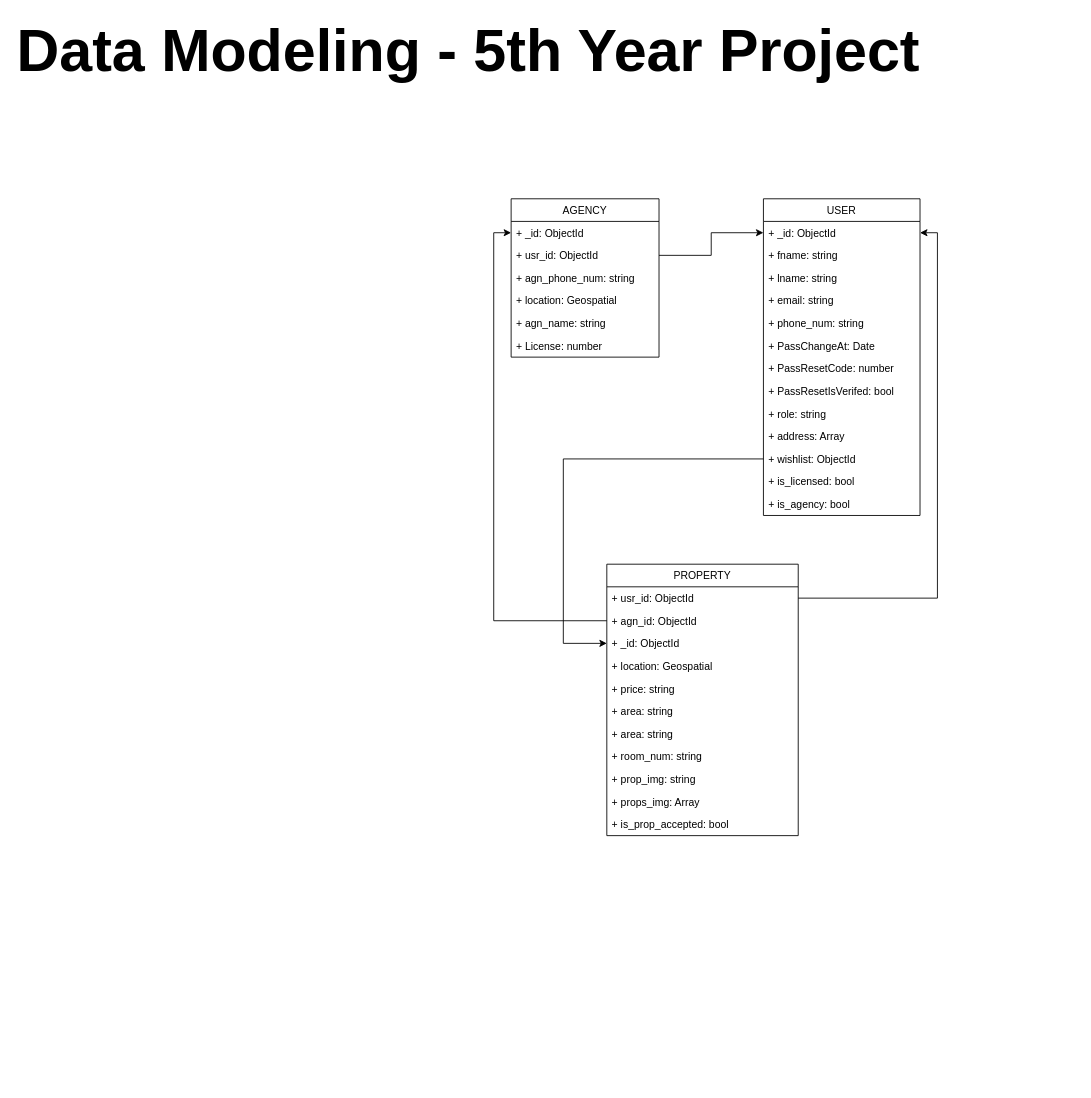
Above: diagrams/Database-5Y-project.drawio in Tony25web/Fifth-Year-project (draw.io), before the change. Source tidied: cells renumbered, new cells numbered last; positions are measured from the earlier drawing's top-left corner, leaving out a move shared by most shapes. Both pictures are drawn from the tidied source at 87%, with x=0, y=0 at pixel (15, 42).
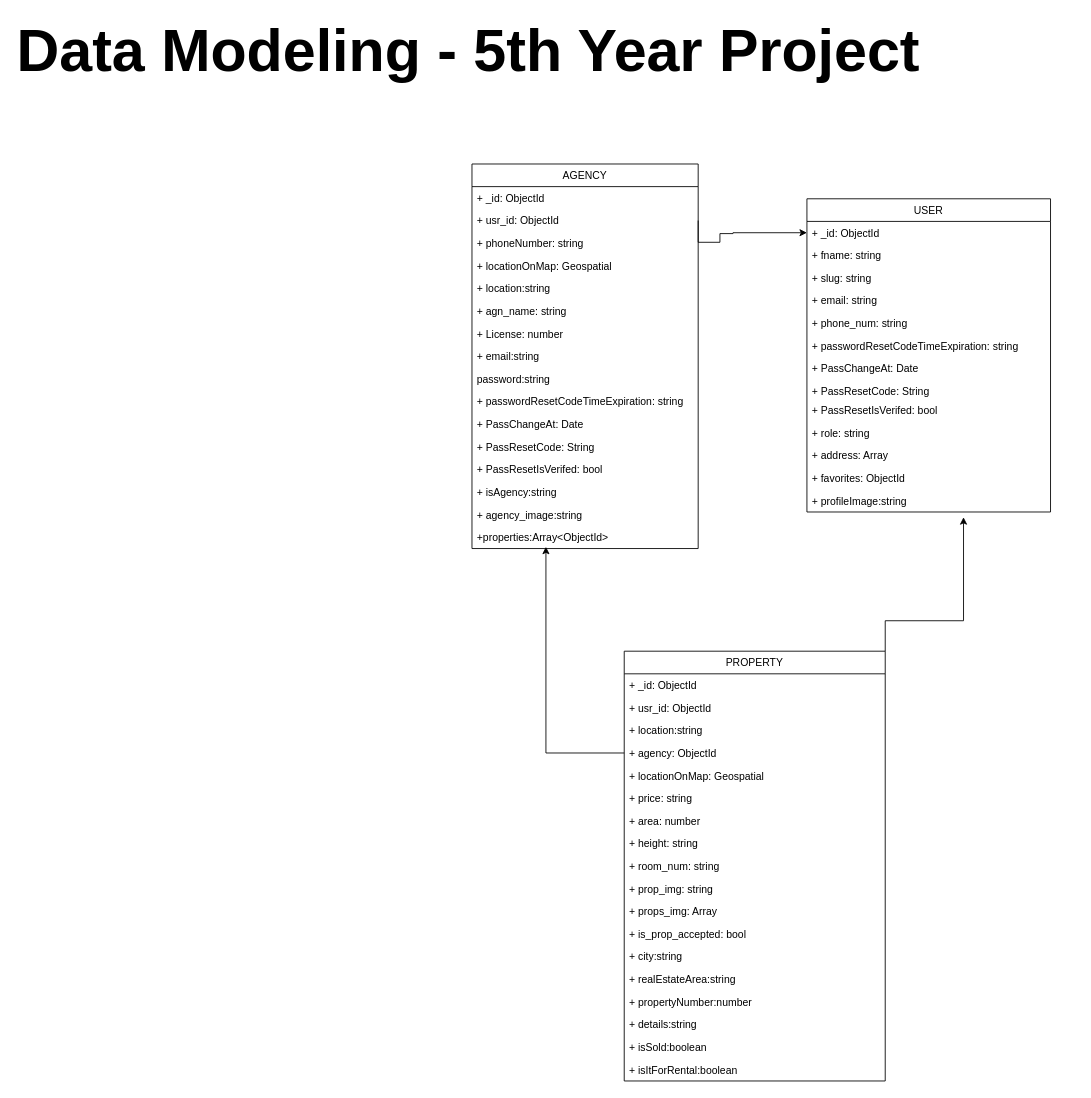
The same diagram, later.

Diff of the diagram source:
```diff
@@
     <mxCell id="2" value="USER" style="swimlane;fontStyle=0;horizontal=1;startSize=26;fillColor=none;" parent="1" vertex="1">
-      <mxGeometry x="860" y="180" width="180" height="364" as="geometry" />
+      <mxGeometry x="910" y="180" width="280" height="360" as="geometry" />
     </mxCell>
     <mxCell id="3" value="+ _id: ObjectId" style="text;strokeColor=none;fillColor=none;align=left;verticalAlign=top;spacingLeft=4;spacingRight=4;overflow=hidden;points=[[0,0.5],[1,0.5]];portConstraint=eastwest;" parent="2" vertex="1">
-      <mxGeometry y="26" width="180" height="26" as="geometry" />
+      <mxGeometry y="26" width="280" height="26" as="geometry" />
     </mxCell>
     <mxCell id="4" value="+ fname: string" style="text;strokeColor=none;fillColor=none;align=left;verticalAlign=top;spacingLeft=4;spacingRight=4;overflow=hidden;" parent="2" vertex="1">
-      <mxGeometry y="52" width="180" height="26" as="geometry" />
+      <mxGeometry y="52" width="280" height="26" as="geometry" />
     </mxCell>
-    <mxCell id="5" value="+ lname: string" style="text;strokeColor=none;fillColor=none;align=left;verticalAlign=top;spacingLeft=4;spacingRight=4;overflow=hidden;" parent="2" vertex="1">
-      <mxGeometry y="78" width="180" height="26" as="geometry" />
-    </mxCell>
+    <mxCell id="14" value="+ slug: string" style="text;strokeColor=none;fillColor=none;align=left;verticalAlign=top;spacingLeft=4;spacingRight=4;overflow=hidden;" parent="2" vertex="1">
+      <mxGeometry y="78" width="280" height="26" as="geometry" />
+    </mxCell>
     <mxCell id="6" value="+ email: string" style="text;strokeColor=none;fillColor=none;align=left;verticalAlign=top;spacingLeft=4;spacingRight=4;overflow=hidden;" parent="2" vertex="1">
-      <mxGeometry y="104" width="180" height="26" as="geometry" />
+      <mxGeometry y="104" width="280" height="26" as="geometry" />
     </mxCell>
     <mxCell id="7" value="+ phone_num: string" style="text;strokeColor=none;fillColor=none;align=left;verticalAlign=top;spacingLeft=4;spacingRight=4;overflow=hidden;" parent="2" vertex="1">
-      <mxGeometry y="130" width="180" height="26" as="geometry" />
+      <mxGeometry y="130" width="280" height="26" as="geometry" />
     </mxCell>
+    <mxCell id="5" value="+ passwordResetCodeTimeExpiration: string" style="text;strokeColor=none;fillColor=none;align=left;verticalAlign=top;spacingLeft=4;spacingRight=4;overflow=hidden;" parent="2" vertex="1">
+      <mxGeometry y="156" width="280" height="26" as="geometry" />
+    </mxCell>
     <mxCell id="8" value="+ PassChangeAt: Date" style="text;strokeColor=none;fillColor=none;align=left;verticalAlign=top;spacingLeft=4;spacingRight=4;overflow=hidden;" parent="2" vertex="1">
-      <mxGeometry y="156" width="180" height="26" as="geometry" />
+      <mxGeometry y="182" width="280" height="26" as="geometry" />
     </mxCell>
-    <mxCell id="9" value="+ PassResetCode: number" style="text;strokeColor=none;fillColor=none;align=left;verticalAlign=top;spacingLeft=4;spacingRight=4;overflow=hidden;" parent="2" vertex="1">
-      <mxGeometry y="182" width="180" height="26" as="geometry" />
+    <mxCell id="9" value="+ PassResetCode: String" style="text;strokeColor=none;fillColor=none;align=left;verticalAlign=top;spacingLeft=4;spacingRight=4;overflow=hidden;" parent="2" vertex="1">
+      <mxGeometry y="208" width="280" height="22" as="geometry" />
     </mxCell>
     <mxCell id="10" value="+ PassResetIsVerifed: bool" style="text;strokeColor=none;fillColor=none;align=left;verticalAlign=top;spacingLeft=4;spacingRight=4;overflow=hidden;" parent="2" vertex="1">
-      <mxGeometry y="208" width="180" height="26" as="geometry" />
+      <mxGeometry y="230" width="280" height="26" as="geometry" />
     </mxCell>
     <mxCell id="11" value="+ role: string" style="text;strokeColor=none;fillColor=none;align=left;verticalAlign=top;spacingLeft=4;spacingRight=4;overflow=hidden;" parent="2" vertex="1">
-      <mxGeometry y="234" width="180" height="26" as="geometry" />
+      <mxGeometry y="256" width="280" height="26" as="geometry" />
     </mxCell>
     <mxCell id="12" value="+ address: Array" style="text;strokeColor=none;fillColor=none;align=left;verticalAlign=top;spacingLeft=4;spacingRight=4;overflow=hidden;" parent="2" vertex="1">
-      <mxGeometry y="260" width="180" height="26" as="geometry" />
+      <mxGeometry y="282" width="280" height="26" as="geometry" />
     </mxCell>
-    <mxCell id="13" value="+ wishlist: ObjectId" style="text;strokeColor=none;fillColor=none;align=left;verticalAlign=top;spacingLeft=4;spacingRight=4;overflow=hidden;points=[[0,0.5],[1,0.5]];portConstraint=eastwest;" parent="2" vertex="1">
-      <mxGeometry y="286" width="180" height="26" as="geometry" />
+    <mxCell id="13" value="+ favorites: ObjectId" style="text;strokeColor=none;fillColor=none;align=left;verticalAlign=top;spacingLeft=4;spacingRight=4;overflow=hidden;points=[[0,0.5],[1,0.5]];portConstraint=eastwest;" parent="2" vertex="1">
+      <mxGeometry y="308" width="280" height="26" as="geometry" />
     </mxCell>
-    <mxCell id="14" value="+ is_licensed: bool" style="text;strokeColor=none;fillColor=none;align=left;verticalAlign=top;spacingLeft=4;spacingRight=4;overflow=hidden;" parent="2" vertex="1">
-      <mxGeometry y="312" width="180" height="26" as="geometry" />
-    </mxCell>
-    <mxCell id="15" value="+ is_agency: bool" style="text;strokeColor=none;fillColor=none;align=left;verticalAlign=top;spacingLeft=4;spacingRight=4;overflow=hidden;" parent="2" vertex="1">
-      <mxGeometry y="338" width="180" height="26" as="geometry" />
+    <mxCell id="15" value="+ profileImage:string" style="text;strokeColor=none;fillColor=none;align=left;verticalAlign=top;spacingLeft=4;spacingRight=4;overflow=hidden;" parent="2" vertex="1">
+      <mxGeometry y="334" width="280" height="26" as="geometry" />
     </mxCell>
     <mxCell id="16" value="AGENCY" style="swimlane;fontStyle=0;horizontal=1;startSize=26;fillColor=none;" parent="1" vertex="1">
-      <mxGeometry x="570" y="180" width="170" height="182" as="geometry" />
+      <mxGeometry x="525" y="140" width="260" height="442" as="geometry" />
     </mxCell>
     <mxCell id="17" value="+ _id: ObjectId" style="text;strokeColor=none;fillColor=none;align=left;verticalAlign=top;spacingLeft=4;spacingRight=4;overflow=hidden;points=[[0,0.5],[1,0.5]];portConstraint=eastwest;" parent="16" vertex="1">
-      <mxGeometry y="26" width="170" height="26" as="geometry" />
+      <mxGeometry y="26" width="260" height="26" as="geometry" />
     </mxCell>
     <mxCell id="18" value="+ usr_id: ObjectId" style="text;strokeColor=none;fillColor=none;align=left;verticalAlign=top;spacingLeft=4;spacingRight=4;overflow=hidden;points=[[0,0.5],[1,0.5]];portConstraint=eastwest;" parent="16" vertex="1">
-      <mxGeometry y="52" width="170" height="26" as="geometry" />
+      <mxGeometry y="52" width="260" height="26" as="geometry" />
     </mxCell>
-    <mxCell id="19" value="+ agn_phone_num: string" style="text;strokeColor=none;fillColor=none;align=left;verticalAlign=top;spacingLeft=4;spacingRight=4;overflow=hidden;" parent="16" vertex="1">
-      <mxGeometry y="78" width="170" height="26" as="geometry" />
+    <mxCell id="19" value="+ phoneNumber: string" style="text;strokeColor=none;fillColor=none;align=left;verticalAlign=top;spacingLeft=4;spacingRight=4;overflow=hidden;" parent="16" vertex="1">
+      <mxGeometry y="78" width="260" height="26" as="geometry" />
     </mxCell>
-    <mxCell id="20" value="+ location: Geospatial" style="text;strokeColor=none;fillColor=none;align=left;verticalAlign=top;spacingLeft=4;spacingRight=4;overflow=hidden;" parent="16" vertex="1">
-      <mxGeometry y="104" width="170" height="26" as="geometry" />
+    <mxCell id="20" value="+ locationOnMap: Geospatial" style="text;strokeColor=none;fillColor=none;align=left;verticalAlign=top;spacingLeft=4;spacingRight=4;overflow=hidden;" parent="16" vertex="1">
+      <mxGeometry y="104" width="260" height="26" as="geometry" />
     </mxCell>
+    <mxCell id="40" value="+ location:string" style="text;strokeColor=none;fillColor=none;align=left;verticalAlign=top;spacingLeft=4;spacingRight=4;overflow=hidden;" parent="16" vertex="1">
+      <mxGeometry y="130" width="260" height="26" as="geometry" />
+    </mxCell>
     <mxCell id="21" value="+ agn_name: string" style="text;strokeColor=none;fillColor=none;align=left;verticalAlign=top;spacingLeft=4;spacingRight=4;overflow=hidden;" parent="16" vertex="1">
-      <mxGeometry y="130" width="170" height="26" as="geometry" />
+      <mxGeometry y="156" width="260" height="26" as="geometry" />
     </mxCell>
     <mxCell id="22" value="+ License: number" style="text;strokeColor=none;fillColor=none;align=left;verticalAlign=top;spacingLeft=4;spacingRight=4;overflow=hidden;" parent="16" vertex="1">
-      <mxGeometry y="156" width="170" height="26" as="geometry" />
+      <mxGeometry y="182" width="260" height="26" as="geometry" />
     </mxCell>
+    <mxCell id="41" value="+ email:string" style="text;strokeColor=none;fillColor=none;align=left;verticalAlign=top;spacingLeft=4;spacingRight=4;overflow=hidden;" parent="16" vertex="1">
+      <mxGeometry y="208" width="260" height="26" as="geometry" />
+    </mxCell>
+    <mxCell id="42" value="password:string" style="text;strokeColor=none;fillColor=none;align=left;verticalAlign=top;spacingLeft=4;spacingRight=4;overflow=hidden;" parent="16" vertex="1">
+      <mxGeometry y="234" width="260" height="26" as="geometry" />
+    </mxCell>
+    <mxCell id="43" value="+ passwordResetCodeTimeExpiration: string" style="text;strokeColor=none;fillColor=none;align=left;verticalAlign=top;spacingLeft=4;spacingRight=4;overflow=hidden;" parent="16" vertex="1">
+      <mxGeometry y="260" width="260" height="26" as="geometry" />
+    </mxCell>
+    <mxCell id="44" value="+ PassChangeAt: Date" style="text;strokeColor=none;fillColor=none;align=left;verticalAlign=top;spacingLeft=4;spacingRight=4;overflow=hidden;" parent="16" vertex="1">
+      <mxGeometry y="286" width="260" height="26" as="geometry" />
+    </mxCell>
+    <mxCell id="45" value="+ PassResetCode: String&#10;" style="text;strokeColor=none;fillColor=none;align=left;verticalAlign=top;spacingLeft=4;spacingRight=4;overflow=hidden;" parent="16" vertex="1">
+      <mxGeometry y="312" width="260" height="26" as="geometry" />
+    </mxCell>
+    <mxCell id="46" value="+ PassResetIsVerifed: bool" style="text;strokeColor=none;fillColor=none;align=left;verticalAlign=top;spacingLeft=4;spacingRight=4;overflow=hidden;" parent="16" vertex="1">
+      <mxGeometry y="338" width="260" height="26" as="geometry" />
+    </mxCell>
+    <mxCell id="47" value="+ isAgency:string" style="text;strokeColor=none;fillColor=none;align=left;verticalAlign=top;spacingLeft=4;spacingRight=4;overflow=hidden;" parent="16" vertex="1">
+      <mxGeometry y="364" width="260" height="26" as="geometry" />
+    </mxCell>
+    <mxCell id="48" value="+ agency_image:string" style="text;strokeColor=none;fillColor=none;align=left;verticalAlign=top;spacingLeft=4;spacingRight=4;overflow=hidden;" parent="16" vertex="1">
+      <mxGeometry y="390" width="260" height="26" as="geometry" />
+    </mxCell>
+    <mxCell id="49" value="+properties:Array&lt;ObjectId&gt;" style="text;strokeColor=none;fillColor=none;align=left;verticalAlign=top;spacingLeft=4;spacingRight=4;overflow=hidden;" parent="16" vertex="1">
+      <mxGeometry y="416" width="260" height="26" as="geometry" />
+    </mxCell>
     <mxCell id="23" value="PROPERTY" style="swimlane;fontStyle=0;horizontal=1;startSize=26;fillColor=none;" parent="1" vertex="1">
-      <mxGeometry x="680" y="600" width="220" height="312" as="geometry" />
+      <mxGeometry x="700" y="700" width="300" height="494" as="geometry" />
     </mxCell>
+    <mxCell id="26" value="+ _id: ObjectId" style="text;strokeColor=none;fillColor=none;align=left;verticalAlign=top;spacingLeft=4;spacingRight=4;overflow=hidden;points=[[0,0.5],[1,0.5]];portConstraint=eastwest;" parent="23" vertex="1">
+      <mxGeometry y="26" width="300" height="26" as="geometry" />
+    </mxCell>
     <mxCell id="24" value="+ usr_id: ObjectId" style="text;strokeColor=none;fillColor=none;align=left;verticalAlign=top;spacingLeft=4;spacingRight=4;overflow=hidden;points=[[0,0.5],[1,0.5]];portConstraint=eastwest;" parent="23" vertex="1">
-      <mxGeometry y="26" width="220" height="26" as="geometry" />
+      <mxGeometry y="52" width="300" height="26" as="geometry" />
     </mxCell>
+    <mxCell id="50" value="+ location:string" style="text;strokeColor=none;fillColor=none;align=left;verticalAlign=top;spacingLeft=4;spacingRight=4;overflow=hidden;" parent="23" vertex="1">
+      <mxGeometry y="78" width="300" height="26" as="geometry" />
+    </mxCell>
-    <mxCell id="25" value="+ agn_id: ObjectId" style="text;strokeColor=none;fillColor=none;align=left;verticalAlign=top;spacingLeft=4;spacingRight=4;overflow=hidden;points=[[0,0.5],[1,0.5]];portConstraint=eastwest;" parent="23" vertex="1">
-      <mxGeometry y="52" width="220" height="26" as="geometry" />
+    <mxCell id="25" value="+ agency: ObjectId" style="text;strokeColor=none;fillColor=none;align=left;verticalAlign=top;spacingLeft=4;spacingRight=4;overflow=hidden;points=[[0,0.5],[1,0.5]];portConstraint=eastwest;" parent="23" vertex="1">
+      <mxGeometry y="104" width="300" height="26" as="geometry" />
     </mxCell>
-    <mxCell id="26" value="+ _id: ObjectId" style="text;strokeColor=none;fillColor=none;align=left;verticalAlign=top;spacingLeft=4;spacingRight=4;overflow=hidden;points=[[0,0.5],[1,0.5]];portConstraint=eastwest;" parent="23" vertex="1">
-      <mxGeometry y="78" width="220" height="26" as="geometry" />
-    </mxCell>
-    <mxCell id="27" value="+ location: Geospatial" style="text;strokeColor=none;fillColor=none;align=left;verticalAlign=top;spacingLeft=4;spacingRight=4;overflow=hidden;" parent="23" vertex="1">
-      <mxGeometry y="104" width="220" height="26" as="geometry" />
+    <mxCell id="27" value="+ locationOnMap: Geospatial" style="text;strokeColor=none;fillColor=none;align=left;verticalAlign=top;spacingLeft=4;spacingRight=4;overflow=hidden;" parent="23" vertex="1">
+      <mxGeometry y="130" width="300" height="26" as="geometry" />
     </mxCell>
     <mxCell id="28" value="+ price: string" style="text;strokeColor=none;fillColor=none;align=left;verticalAlign=top;spacingLeft=4;spacingRight=4;overflow=hidden;" parent="23" vertex="1">
-      <mxGeometry y="130" width="220" height="26" as="geometry" />
+      <mxGeometry y="156" width="300" height="26" as="geometry" />
     </mxCell>
-    <mxCell id="29" value="+ area: string" style="text;strokeColor=none;fillColor=none;align=left;verticalAlign=top;spacingLeft=4;spacingRight=4;overflow=hidden;" parent="23" vertex="1">
-      <mxGeometry y="156" width="220" height="26" as="geometry" />
+    <mxCell id="29" value="+ area: number" style="text;strokeColor=none;fillColor=none;align=left;verticalAlign=top;spacingLeft=4;spacingRight=4;overflow=hidden;" parent="23" vertex="1">
+      <mxGeometry y="182" width="300" height="26" as="geometry" />
     </mxCell>
-    <mxCell id="30" value="+ area: string" style="text;strokeColor=none;fillColor=none;align=left;verticalAlign=top;spacingLeft=4;spacingRight=4;overflow=hidden;" parent="23" vertex="1">
-      <mxGeometry y="182" width="220" height="26" as="geometry" />
+    <mxCell id="30" value="+ height: string" style="text;strokeColor=none;fillColor=none;align=left;verticalAlign=top;spacingLeft=4;spacingRight=4;overflow=hidden;" parent="23" vertex="1">
+      <mxGeometry y="208" width="300" height="26" as="geometry" />
     </mxCell>
     <mxCell id="31" value="+ room_num: string" style="text;strokeColor=none;fillColor=none;align=left;verticalAlign=top;spacingLeft=4;spacingRight=4;overflow=hidden;" parent="23" vertex="1">
-      <mxGeometry y="208" width="220" height="26" as="geometry" />
+      <mxGeometry y="234" width="300" height="26" as="geometry" />
     </mxCell>
     <mxCell id="32" value="+ prop_img: string" style="text;strokeColor=none;fillColor=none;align=left;verticalAlign=top;spacingLeft=4;spacingRight=4;overflow=hidden;" parent="23" vertex="1">
-      <mxGeometry y="234" width="220" height="26" as="geometry" />
+      <mxGeometry y="260" width="300" height="26" as="geometry" />
     </mxCell>
     <mxCell id="33" value="+ props_img: Array" style="text;strokeColor=none;fillColor=none;align=left;verticalAlign=top;spacingLeft=4;spacingRight=4;overflow=hidden;" parent="23" vertex="1">
-      <mxGeometry y="260" width="220" height="26" as="geometry" />
+      <mxGeometry y="286" width="300" height="26" as="geometry" />
     </mxCell>
-    <mxCell id="34" value="+ is_prop_accepted: bool" style="text;strokeColor=none;fillColor=none;align=left;verticalAlign=top;spacingLeft=4;spacingRight=4;overflow=hidden;" parent="23" vertex="1">
-      <mxGeometry y="286" width="220" height="26" as="geometry" />
+    <mxCell id="34" value="+ is_prop_accepted: bool" style="text;strokeColor=none;fillColor=none;align=left;verticalAlign=top;spacingLeft=4;spacingRight=4;overflow=hidden;shadow=0;" parent="23" vertex="1">
+      <mxGeometry y="312" width="300" height="26" as="geometry" />
     </mxCell>
+    <mxCell id="51" value="+ city:string" style="text;strokeColor=none;fillColor=none;align=left;verticalAlign=top;spacingLeft=4;spacingRight=4;overflow=hidden;shadow=0;" parent="23" vertex="1">
+      <mxGeometry y="338" width="300" height="26" as="geometry" />
+    </mxCell>
+    <mxCell id="52" value="+ realEstateArea:string" style="text;strokeColor=none;fillColor=none;align=left;verticalAlign=top;spacingLeft=4;spacingRight=4;overflow=hidden;shadow=0;" parent="23" vertex="1">
+      <mxGeometry y="364" width="300" height="26" as="geometry" />
+    </mxCell>
+    <mxCell id="53" value="+ propertyNumber:number" style="text;strokeColor=none;fillColor=none;align=left;verticalAlign=top;spacingLeft=4;spacingRight=4;overflow=hidden;shadow=0;" parent="23" vertex="1">
+      <mxGeometry y="390" width="300" height="26" as="geometry" />
+    </mxCell>
+    <mxCell id="54" value="+ details:string" style="text;strokeColor=none;fillColor=none;align=left;verticalAlign=top;spacingLeft=4;spacingRight=4;overflow=hidden;shadow=0;" parent="23" vertex="1">
+      <mxGeometry y="416" width="300" height="26" as="geometry" />
+    </mxCell>
+    <mxCell id="55" value="+ isSold:boolean" style="text;strokeColor=none;fillColor=none;align=left;verticalAlign=top;spacingLeft=4;spacingRight=4;overflow=hidden;shadow=0;" parent="23" vertex="1">
+      <mxGeometry y="442" width="300" height="26" as="geometry" />
+    </mxCell>
+    <mxCell id="56" value="+ isItForRental:boolean" style="text;strokeColor=none;fillColor=none;align=left;verticalAlign=top;spacingLeft=4;spacingRight=4;overflow=hidden;shadow=0;" parent="23" vertex="1">
+      <mxGeometry y="468" width="300" height="26" as="geometry" />
+    </mxCell>
-    <mxCell id="35" style="edgeStyle=orthogonalEdgeStyle;rounded=0;jettySize=auto;html=1;exitX=1;exitY=0.5;exitDx=0;exitDy=0;entryX=1;entryY=0.5;entryDx=0;entryDy=0;" parent="1" edge="1" source="24" target="3">
-      <mxGeometry relative="1" as="geometry" />
+    <mxCell id="35" style="edgeStyle=orthogonalEdgeStyle;rounded=0;orthogonalLoop=1;jettySize=auto;html=1;" parent="1" edge="1">
+      <mxGeometry relative="1" as="geometry">
+        <mxPoint x="1000" y="700" as="sourcePoint" />
+        <mxPoint x="1090" y="546" as="targetPoint" />
+        <Array as="points">
+          <mxPoint x="1090" y="665" />
+          <mxPoint x="1090" y="546" />
+        </Array>
+      </mxGeometry>
     </mxCell>
-    <mxCell id="36" style="edgeStyle=orthogonalEdgeStyle;rounded=0;jettySize=auto;html=1;exitX=0;exitY=0.5;exitDx=0;exitDy=0;entryX=0;entryY=0.5;entryDx=0;entryDy=0;" parent="1" edge="1" source="25" target="17">
-      <mxGeometry relative="1" as="geometry" />
+    <mxCell id="36" style="edgeStyle=orthogonalEdgeStyle;rounded=0;jettySize=auto;html=1;exitX=0;exitY=0.5;exitDx=0;exitDy=0;" parent="1" edge="1" source="25">
+      <mxGeometry relative="1" as="geometry">
+        <mxPoint x="610" y="580" as="targetPoint" />
+        <Array as="points">
+          <mxPoint x="610" y="817" />
+          <mxPoint x="610" y="585" />
+        </Array>
+      </mxGeometry>
     </mxCell>
-    <mxCell id="37" style="edgeStyle=orthogonalEdgeStyle;rounded=0;jettySize=auto;html=1;exitX=0;exitY=0.5;exitDx=0;exitDy=0;entryX=0;entryY=0.5;entryDx=0;entryDy=0;" parent="1" edge="1" source="13" target="26">
-      <mxGeometry relative="1" as="geometry">
-        <Array as="points">
-          <mxPoint x="630" y="479" />
-          <mxPoint x="630" y="691" />
-        </Array>
-      </mxGeometry>
-    </mxCell>
     <mxCell id="38" style="edgeStyle=orthogonalEdgeStyle;rounded=0;jettySize=auto;html=1;exitX=1;exitY=0.5;exitDx=0;exitDy=0;entryX=0;entryY=0.5;entryDx=0;entryDy=0;" parent="1" edge="1" source="18" target="3">
-      <mxGeometry relative="1" as="geometry" />
+      <mxGeometry relative="1" as="geometry">
+        <Array as="points">
+          <mxPoint x="785" y="230" />
+          <mxPoint x="810" y="230" />
+          <mxPoint x="810" y="220" />
+          <mxPoint x="825" y="220" />
+          <mxPoint x="825" y="219" />
+        </Array>
+      </mxGeometry>
     </mxCell>
```
